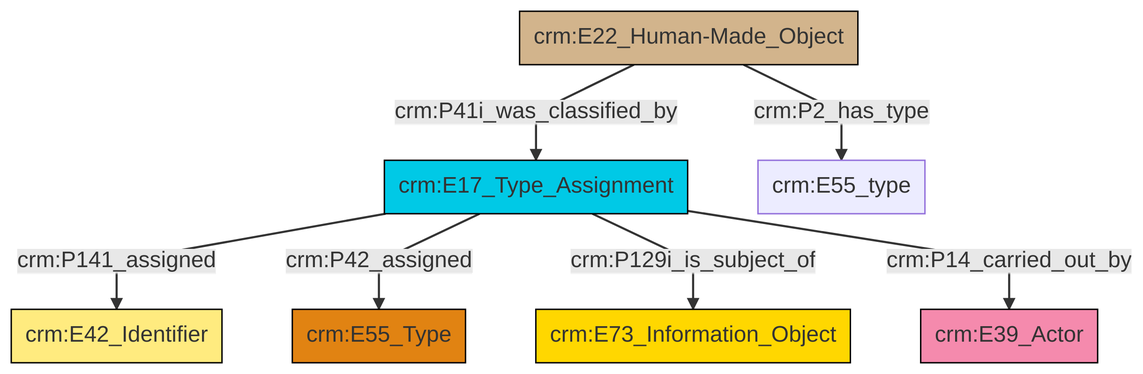
The Mermaid diagram et/builtWorkCSV/ttl/mmd/png/Built_Work_designation_status.png in swiss-art-research-net/docs.swissartresearch, before a commit. Its source is kept beside it as et/builtWorkCSV/ttl/mmd/Built_Work_designation_status.ttl.mmd.
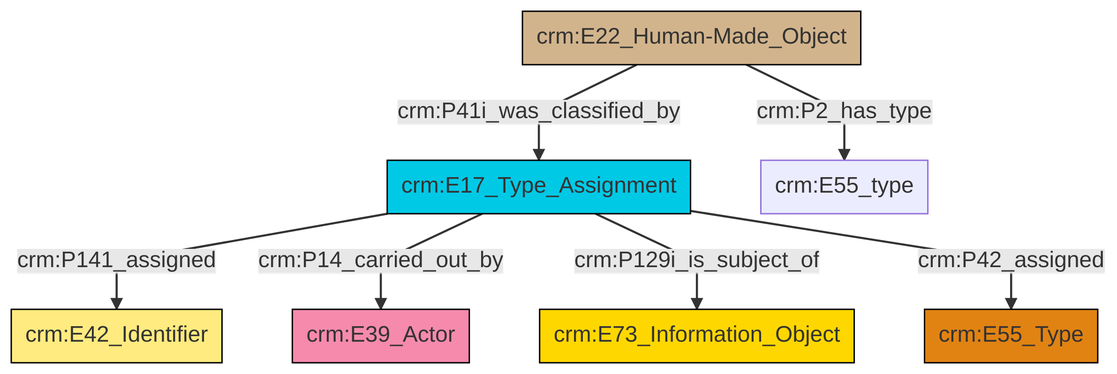
After the commit.

Diff of the diagram source:
```diff
@@ -13,9 +13,9 @@
 classDef PC_Classes fill:#4ce600, stroke:#000000;
 classDef Multi fill:#cccccc,stroke:#000000;
 
-2["crm:E22_Human-Made_Object"]:::Physical_Thing -->|crm:P41i_was_classified_by| 0["crm:E17_Type_Assignment"]:::Temporal_Entity
-0["crm:E17_Type_Assignment"]:::Temporal_Entity -->|crm:P141_assigned| 3["crm:E42_Identifier"]:::Appellation
-0["crm:E17_Type_Assignment"]:::Temporal_Entity -->|crm:P42_assigned| 4["crm:E55_Type"]:::Type
-0["crm:E17_Type_Assignment"]:::Temporal_Entity -->|crm:P129i_is_subject_of| 6["crm:E73_Information_Object"]:::Conceptual_Object
-0["crm:E17_Type_Assignment"]:::Temporal_Entity -->|crm:P14_carried_out_by| 9["crm:E39_Actor"]:::Actor
-2["crm:E22_Human-Made_Object"]:::Physical_Thing -->|crm:P2_has_type| 12["crm:E55_type"]:::Default
+0["crm:E22_Human-Made_Object"]:::Physical_Thing -->|crm:P41i_was_classified_by| 1["crm:E17_Type_Assignment"]:::Temporal_Entity
+1["crm:E17_Type_Assignment"]:::Temporal_Entity -->|crm:P141_assigned| 2["crm:E42_Identifier"]:::Appellation
+1["crm:E17_Type_Assignment"]:::Temporal_Entity -->|crm:P14_carried_out_by| 3["crm:E39_Actor"]:::Actor
+1["crm:E17_Type_Assignment"]:::Temporal_Entity -->|crm:P129i_is_subject_of| 8["crm:E73_Information_Object"]:::Conceptual_Object
+1["crm:E17_Type_Assignment"]:::Temporal_Entity -->|crm:P42_assigned| 5["crm:E55_Type"]:::Type
+0["crm:E22_Human-Made_Object"]:::Physical_Thing -->|crm:P2_has_type| 13["crm:E55_type"]:::Default
```
